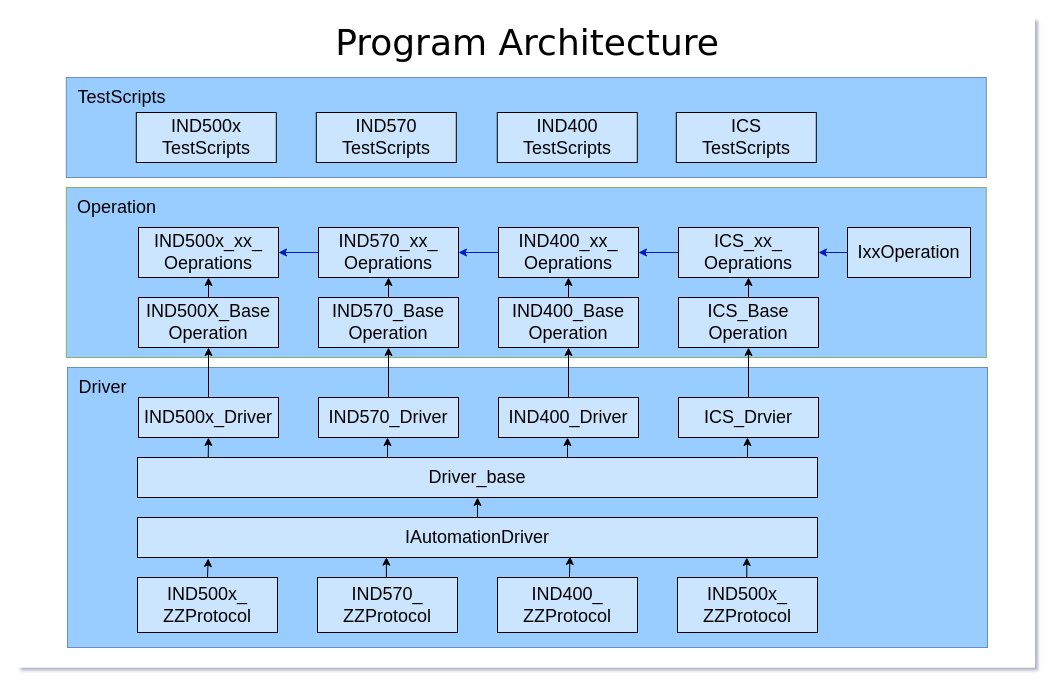
Before: 未命名绘图.drawio in WindMoon111/hello_world, a draw.io diagram. Source tidied: cells renumbered, new cells numbered last; positions are measured from the earlier drawing's top-left corner, leaving out a move shared by most shapes. Both pictures are drawn from the tidied source at 100%, with x=0, y=0 at pixel (17, 17).
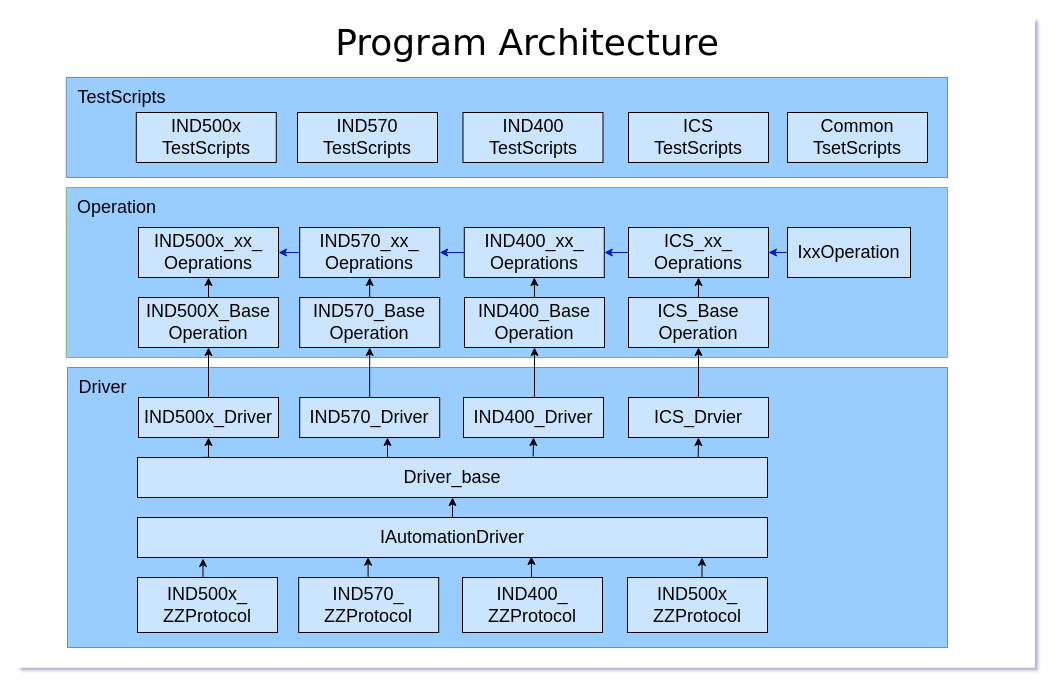
The same diagram, later.

Commit message:
更新未命名绘图.drawio

Change to the diagram source:
```diff
@@
     <mxCell id="3" style="rounded=0;whiteSpace=wrap;html=1;fillColor=#99CCFF;strokeColor=#6c8ebf;" parent="1" vertex="1">
-      <mxGeometry x="50" y="350" width="920" height="280" as="geometry" />
+      <mxGeometry x="50" y="350" width="880" height="280" as="geometry" />
     </mxCell>
     <mxCell id="4" style="rounded=0;whiteSpace=wrap;html=1;fillColor=#99CCFF;strokeColor=#6c8ebf;" parent="1" vertex="1">
-      <mxGeometry x="48.8" y="60" width="920" height="100" as="geometry" />
+      <mxGeometry x="48.8" y="60" width="881.2" height="100" as="geometry" />
     </mxCell>
     <mxCell id="5" style="rounded=0;whiteSpace=wrap;html=1;fillColor=#99CCFF;strokeColor=#82b366;" parent="1" vertex="1">
-      <mxGeometry x="48.8" y="170" width="920" height="170" as="geometry" />
+      <mxGeometry x="48.8" y="170" width="881.2" height="170" as="geometry" />
     </mxCell>
@@
-    <mxCell id="9" style="edgeStyle=orthogonalEdgeStyle;rounded=0;jettySize=auto;html=1;exitX=0.5;exitY=0;exitDx=0;exitDy=0;entryX=0.636;entryY=0.975;entryDx=0;entryDy=0;entryPerimeter=0;" parent="1" edge="1" target="11">
-      <mxGeometry relative="1" as="geometry">
-        <mxPoint x="550" y="587.5" as="sourcePoint" />
-        <Array as="points">
-          <mxPoint x="552" y="588" />
-          <mxPoint x="552" y="556" />
-          <mxPoint x="553" y="556" />
-        </Array>
-      </mxGeometry>
-    </mxCell>
@@
     <mxCell id="11" value="&lt;font style=&quot;font-size: 18px;&quot;&gt;IAutomationDriver&lt;/font&gt;" style="rounded=0;whiteSpace=wrap;html=1;fillColor=#CCE5FF;" parent="1" vertex="1">
-      <mxGeometry x="120" y="500" width="680" height="40" as="geometry" />
+      <mxGeometry x="120" y="500" width="630" height="40" as="geometry" />
     </mxCell>
-    <mxCell id="12" style="edgeStyle=orthogonalEdgeStyle;rounded=0;jettySize=auto;html=1;" parent="1" edge="1" source="15" target="22">
+    <mxCell id="12" style="edgeStyle=orthogonalEdgeStyle;rounded=0;jettySize=auto;html=1;entryX=0.5;entryY=1;entryDx=0;entryDy=0;exitX=0.628;exitY=-0.023;exitDx=0;exitDy=0;exitPerimeter=0;" parent="1" edge="1" source="15" target="22">
       <mxGeometry relative="1" as="geometry">
         <Array as="points">
-          <mxPoint x="550" y="430" />
-          <mxPoint x="550" y="430" />
+          <mxPoint x="516" y="439" />
         </Array>
       </mxGeometry>
     </mxCell>
@@
     <mxCell id="15" value="&lt;font style=&quot;font-size: 18px;&quot;&gt;Driver_base&lt;/font&gt;" style="rounded=0;whiteSpace=wrap;html=1;fillColor=#CCE5FF;" parent="1" vertex="1">
-      <mxGeometry x="120" y="440" width="680" height="40" as="geometry" />
+      <mxGeometry x="120" y="440" width="630" height="40" as="geometry" />
     </mxCell>
@@
-    <mxCell id="17" style="edgeStyle=orthogonalEdgeStyle;rounded=0;jettySize=auto;html=1;exitX=0.5;exitY=0;exitDx=0;exitDy=0;entryX=0.5;entryY=1;entryDx=0;entryDy=0;" parent="1" edge="1" target="22">
+    <mxCell id="17" style="edgeStyle=orthogonalEdgeStyle;rounded=0;orthogonalLoop=1;jettySize=auto;html=1;exitX=0.5;exitY=0;exitDx=0;exitDy=0;entryX=0.5;entryY=1;entryDx=0;entryDy=0;" parent="1" edge="1">
       <mxGeometry relative="1" as="geometry">
         <mxPoint x="550" y="415" as="sourcePoint" />
+        <mxPoint x="551" y="420" as="targetPoint" />
       </mxGeometry>
     </mxCell>
@@
     <mxCell id="20" value="&lt;font style=&quot;font-size: 18px;&quot;&gt;IND570_Driver&lt;/font&gt;" style="rounded=0;whiteSpace=wrap;html=1;fillColor=#CCE5FF;" parent="1" vertex="1">
-      <mxGeometry x="301" y="380" width="140" height="40" as="geometry" />
+      <mxGeometry x="282.2" y="380" width="140" height="40" as="geometry" />
     </mxCell>
     <mxCell id="21" style="edgeStyle=orthogonalEdgeStyle;rounded=0;jettySize=auto;html=1;exitX=0.5;exitY=0;exitDx=0;exitDy=0;entryX=0.5;entryY=1;entryDx=0;entryDy=0;" parent="1" edge="1" source="22" target="29">
-      <mxGeometry relative="1" as="geometry" />
+      <mxGeometry relative="1" as="geometry">
+        <Array as="points">
+          <mxPoint x="517" y="380" />
+        </Array>
+      </mxGeometry>
     </mxCell>
-    <mxCell id="22" value="&lt;font style=&quot;font-size: 18px;&quot;&gt;IND400_Driver&lt;/font&gt;" style="rounded=0;whiteSpace=wrap;html=1;fillColor=#CCE5FF;" parent="1" vertex="1">
-      <mxGeometry x="481" y="380" width="140" height="40" as="geometry" />
-    </mxCell>
-    <mxCell id="23" value="&lt;font style=&quot;font-size: 18px;&quot;&gt;ICS_Drvier&lt;/font&gt;" style="rounded=0;whiteSpace=wrap;html=1;fillColor=#CCE5FF;" parent="1" vertex="1">
-      <mxGeometry x="661" y="380" width="140" height="40" as="geometry" />
-    </mxCell>
@@
     <mxCell id="27" value="&lt;font style=&quot;font-size: 18px;&quot;&gt;IND570_Base&lt;br&gt;Operation&lt;/font&gt;" style="rounded=0;whiteSpace=wrap;html=1;fillColor=#CCE5FF;" parent="1" vertex="1">
-      <mxGeometry x="301" y="280" width="140" height="50" as="geometry" />
+      <mxGeometry x="282.2" y="280" width="140" height="50" as="geometry" />
     </mxCell>
@@
     <mxCell id="29" value="&lt;font style=&quot;font-size: 18px;&quot;&gt;IND400_Base&lt;br&gt;Operation&lt;/font&gt;" style="rounded=0;whiteSpace=wrap;html=1;fillColor=#CCE5FF;" parent="1" vertex="1">
-      <mxGeometry x="481" y="280" width="140" height="50" as="geometry" />
+      <mxGeometry x="447" y="280" width="140" height="50" as="geometry" />
     </mxCell>
@@
     <mxCell id="31" value="&lt;font style=&quot;font-size: 18px;&quot;&gt;ICS_Base&lt;br&gt;Operation&lt;/font&gt;" style="rounded=0;whiteSpace=wrap;html=1;fillColor=#CCE5FF;" parent="1" vertex="1">
-      <mxGeometry x="661" y="280" width="140" height="50" as="geometry" />
+      <mxGeometry x="611" y="280" width="140" height="50" as="geometry" />
     </mxCell>
@@
     <mxCell id="33" value="&lt;font style=&quot;font-size: 18px;&quot;&gt;IxxOperation&lt;/font&gt;" style="rounded=0;whiteSpace=wrap;html=1;fillColor=#CCE5FF;" parent="1" vertex="1">
-      <mxGeometry x="830" y="210" width="123" height="50" as="geometry" />
+      <mxGeometry x="770" y="210" width="123" height="50" as="geometry" />
     </mxCell>
@@
     <mxCell id="36" value="&lt;font style=&quot;font-size: 18px;&quot;&gt;IND570_xx_&lt;br&gt;Oeprations&lt;/font&gt;" style="rounded=0;whiteSpace=wrap;html=1;fillColor=#CCE5FF;" parent="1" vertex="1">
-      <mxGeometry x="301" y="210" width="140" height="50" as="geometry" />
+      <mxGeometry x="282.2" y="210" width="140" height="50" as="geometry" />
     </mxCell>
@@
     <mxCell id="38" value="&lt;font style=&quot;font-size: 18px;&quot;&gt;IND400_xx_&lt;br&gt;Oeprations&lt;/font&gt;" style="rounded=0;whiteSpace=wrap;html=1;fillColor=#CCE5FF;" parent="1" vertex="1">
-      <mxGeometry x="481" y="210" width="140" height="50" as="geometry" />
+      <mxGeometry x="446.8" y="210" width="140" height="50" as="geometry" />
     </mxCell>
@@
     <mxCell id="40" value="&lt;font style=&quot;font-size: 18px;&quot;&gt;ICS_xx_&lt;br&gt;Oeprations&lt;/font&gt;" style="rounded=0;whiteSpace=wrap;html=1;fillColor=#CCE5FF;" parent="1" vertex="1">
-      <mxGeometry x="661" y="210" width="140" height="50" as="geometry" />
+      <mxGeometry x="611" y="210" width="140" height="50" as="geometry" />
     </mxCell>
@@
     <mxCell id="44" value="&lt;font style=&quot;font-size: 18px;&quot;&gt;IND570_&lt;br&gt;ZZProtocol&lt;/font&gt;" style="rounded=0;whiteSpace=wrap;html=1;fillColor=#CCE5FF;" parent="1" vertex="1">
-      <mxGeometry x="300" y="560" width="140" height="55" as="geometry" />
+      <mxGeometry x="281.2" y="560" width="140" height="55" as="geometry" />
     </mxCell>
-    <mxCell id="45" value="&lt;font style=&quot;font-size: 18px;&quot;&gt;IND400_&lt;br&gt;ZZProtocol&lt;/font&gt;" style="rounded=0;whiteSpace=wrap;html=1;fillColor=#CCE5FF;" parent="1" vertex="1">
-      <mxGeometry x="480" y="560" width="140" height="55" as="geometry" />
-    </mxCell>
-    <mxCell id="46" value="&lt;font style=&quot;font-size: 18px;&quot;&gt;IND500x_&lt;br&gt;ZZProtocol&lt;/font&gt;" style="rounded=0;whiteSpace=wrap;html=1;fillColor=#CCE5FF;" parent="1" vertex="1">
-      <mxGeometry x="660" y="560" width="140" height="55" as="geometry" />
-    </mxCell>
@@
     <mxCell id="49" value="&lt;font style=&quot;font-size: 18px;&quot;&gt;IND570&lt;br&gt;&lt;span style=&quot;&quot;&gt;TestScripts&lt;/span&gt;&lt;br&gt;&lt;/font&gt;" style="rounded=0;whiteSpace=wrap;html=1;fillColor=#CCE5FF;" parent="1" vertex="1">
-      <mxGeometry x="298.8" y="95" width="140" height="50" as="geometry" />
+      <mxGeometry x="280" y="95" width="140" height="50" as="geometry" />
     </mxCell>
     <mxCell id="50" value="&lt;font style=&quot;font-size: 18px;&quot;&gt;IND400&lt;br&gt;&lt;span style=&quot;&quot;&gt;TestScripts&lt;/span&gt;&lt;br&gt;&lt;/font&gt;" style="rounded=0;whiteSpace=wrap;html=1;fillColor=#CCE5FF;" parent="1" vertex="1">
-      <mxGeometry x="479.8" y="95" width="140" height="50" as="geometry" />
+      <mxGeometry x="445.5" y="95" width="140" height="50" as="geometry" />
     </mxCell>
     <mxCell id="51" value="&lt;font style=&quot;font-size: 18px;&quot;&gt;ICS&lt;br&gt;&lt;span style=&quot;&quot;&gt;TestScripts&lt;/span&gt;&lt;br&gt;&lt;/font&gt;" style="rounded=0;whiteSpace=wrap;html=1;fillColor=#CCE5FF;" parent="1" vertex="1">
-      <mxGeometry x="658.8" y="95" width="140" height="50" as="geometry" />
+      <mxGeometry x="611" y="95" width="140" height="50" as="geometry" />
     </mxCell>
-    <mxCell id="52" style="endArrow=classic;html=1;rounded=0;" parent="1" edge="1">
-      <mxGeometry relative="1" as="geometry">
-        <mxPoint x="730" y="440" as="sourcePoint" />
-        <mxPoint x="730" y="420" as="targetPoint" />
-      </mxGeometry>
+    <mxCell id="52" style="endArrow=classic;html=1;rounded=0;entryX=0.5;entryY=1;entryDx=0;entryDy=0;exitX=0.89;exitY=-0.012;exitDx=0;exitDy=0;exitPerimeter=0;" parent="1" edge="1" source="15" target="23">
+      <mxGeometry relative="1" as="geometry" />
     </mxCell>
@@
+    <mxCell id="56" value="&lt;font style=&quot;font-size: 18px;&quot;&gt;Common&lt;br&gt;TsetScripts&lt;br&gt;&lt;/font&gt;" style="rounded=0;whiteSpace=wrap;html=1;fillColor=#CCE5FF;" parent="1" vertex="1">
+      <mxGeometry x="770" y="95" width="140" height="50" as="geometry" />
+    </mxCell>
+    <mxCell id="57" style="edgeStyle=orthogonalEdgeStyle;rounded=0;jettySize=auto;html=1;entryX=0.625;entryY=0.974;entryDx=0;entryDy=0;entryPerimeter=0;" parent="1" edge="1" source="45" target="11">
+      <mxGeometry relative="1" as="geometry">
+        <Array as="points">
+          <mxPoint x="514" y="550" />
+          <mxPoint x="514" y="550" />
+        </Array>
+      </mxGeometry>
+    </mxCell>
+    <mxCell id="45" value="&lt;font style=&quot;font-size: 18px;&quot;&gt;IND400_&lt;br&gt;ZZProtocol&lt;/font&gt;" style="rounded=0;whiteSpace=wrap;html=1;fillColor=#CCE5FF;" parent="1" vertex="1">
+      <mxGeometry x="445" y="560" width="140" height="55" as="geometry" />
+    </mxCell>
+    <mxCell id="22" value="&lt;font style=&quot;font-size: 18px;&quot;&gt;IND400_Driver&lt;/font&gt;" style="rounded=0;whiteSpace=wrap;html=1;fillColor=#CCE5FF;" parent="1" vertex="1">
+      <mxGeometry x="446" y="380" width="140" height="40" as="geometry" />
+    </mxCell>
+    <mxCell id="46" value="&lt;font style=&quot;font-size: 18px;&quot;&gt;IND500x_&lt;br&gt;ZZProtocol&lt;/font&gt;" style="rounded=0;whiteSpace=wrap;html=1;fillColor=#CCE5FF;" parent="1" vertex="1">
+      <mxGeometry x="610" y="560" width="140" height="55" as="geometry" />
+    </mxCell>
+    <mxCell id="23" value="&lt;font style=&quot;font-size: 18px;&quot;&gt;ICS_Drvier&lt;/font&gt;" style="rounded=0;whiteSpace=wrap;html=1;fillColor=#CCE5FF;" parent="1" vertex="1">
+      <mxGeometry x="611" y="380" width="140" height="40" as="geometry" />
+    </mxCell>
```
